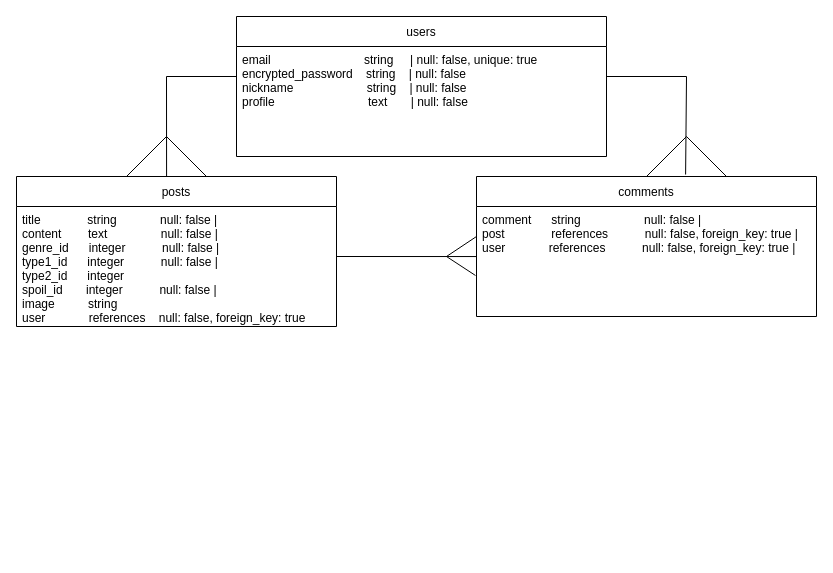
Earlier version of the draw.io diagram tadaneta.dio (keima-d08/tadaneta). Source tidied: cells renumbered, new cells numbered last; positions are measured from the earlier drawing's top-left corner, leaving out a move shared by most shapes. Both pictures are drawn from the tidied source at 100%, with x=0, y=0 at pixel (16, 16).
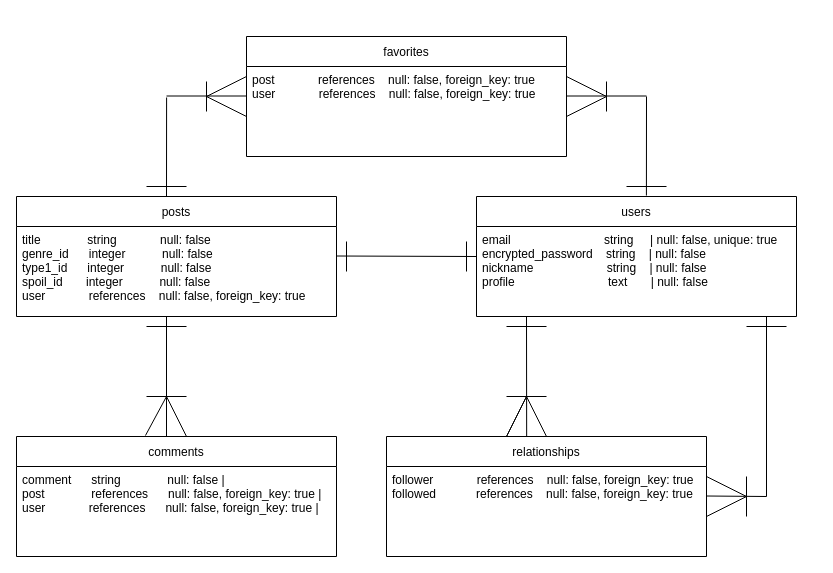
The same page after the edit.

Commit message (it also covers changes not shown here):
リードミー更新

What changed in the source:
```diff
@@
     <mxCell id="2" value="users" style="swimlane;fontStyle=0;horizontal=1;startSize=30;fillColor=none;" parent="1" vertex="1">
-      <mxGeometry x="220" width="370" height="140" as="geometry" />
+      <mxGeometry x="460" y="180" width="320" height="120" as="geometry" />
     </mxCell>
     <mxCell id="3" value="email                            string     | null: false, unique: true &#10;encrypted_password    string    | null: false &#10;nickname                      string    | null: false &#10;profile                            text       | null: false &#10;&#10;&#10;&#10;" style="text;strokeColor=none;fillColor=none;align=left;verticalAlign=top;spacingLeft=4;spacingRight=4;overflow=hidden;" parent="2" vertex="1">
-      <mxGeometry y="30" width="370" height="110" as="geometry" />
+      <mxGeometry y="30" width="320" height="90" as="geometry" />
     </mxCell>
     <mxCell id="4" value="posts" style="swimlane;fontStyle=0;horizontal=1;startSize=30;fillColor=none;" parent="1" vertex="1">
-      <mxGeometry y="160" width="320" height="150" as="geometry" />
+      <mxGeometry y="180" width="320" height="120" as="geometry" />
     </mxCell>
-    <mxCell id="5" value="title              string             null: false                      |&#10;content        text                null: false                      |&#10;genre_id      integer           null: false                      |&#10;type1_id      integer           null: false                      |&#10;type2_id      integer &#10;spoil_id       integer           null: false                      |&#10;image          string &#10;user             references    null: false, foreign_key: true " style="text;strokeColor=none;fillColor=none;align=left;verticalAlign=top;spacingLeft=4;spacingRight=4;overflow=hidden;" parent="4" vertex="1">
-      <mxGeometry y="30" width="320" height="120" as="geometry" />
+    <mxCell id="5" value="title              string             null: false &#10;genre_id      integer           null: false&#10;type1_id      integer           null: false  &#10;spoil_id       integer           null: false  &#10;user             references    null: false, foreign_key: true " style="text;strokeColor=none;fillColor=none;align=left;verticalAlign=top;spacingLeft=4;spacingRight=4;overflow=hidden;" parent="4" vertex="1">
+      <mxGeometry y="30" width="320" height="90" as="geometry" />
     </mxCell>
     <mxCell id="6" value="comments" style="swimlane;fontStyle=0;horizontal=1;startSize=30;fillColor=none;" parent="1" vertex="1">
-      <mxGeometry x="460" y="160" width="340" height="140" as="geometry" />
+      <mxGeometry y="420" width="320" height="120" as="geometry" />
     </mxCell>
-    <mxCell id="7" value="comment      string                   null: false                      |&#10;post              references           null: false, foreign_key: true   |&#10;user             references           null: false, foreign_key: true   |&#10;" style="text;strokeColor=none;fillColor=none;align=left;verticalAlign=top;spacingLeft=4;spacingRight=4;overflow=hidden;points=[[0,0.5],[1,0.5]];portConstraint=eastwest;" parent="6" vertex="1">
-      <mxGeometry y="30" width="340" height="110" as="geometry" />
+    <mxCell id="7" value="comment      string              null: false                      |&#10;post              references      null: false, foreign_key: true   |&#10;user             references      null: false, foreign_key: true   |&#10;" style="text;strokeColor=none;fillColor=none;align=left;verticalAlign=top;spacingLeft=4;spacingRight=4;overflow=hidden;points=[[0,0.5],[1,0.5]];portConstraint=eastwest;" parent="6" vertex="1">
+      <mxGeometry y="30" width="320" height="90" as="geometry" />
     </mxCell>
-    <mxCell id="8" style="endArrow=none;html=1;" parent="1" edge="1">
-      <mxGeometry relative="1" as="geometry">
-        <mxPoint x="150" y="60" as="sourcePoint" />
-        <mxPoint x="220" y="60" as="targetPoint" />
-      </mxGeometry>
-    </mxCell>
-    <mxCell id="9" style="endArrow=none;html=1;exitX=0.615;exitY=-0.014;exitDx=0;exitDy=0;exitPerimeter=0;" parent="1" edge="1" source="6">
-      <mxGeometry relative="1" as="geometry">
-        <mxPoint x="670" y="60" as="targetPoint" />
-      </mxGeometry>
-    </mxCell>
-    <mxCell id="10" style="endArrow=none;html=1;" parent="1" edge="1">
-      <mxGeometry relative="1" as="geometry">
-        <mxPoint x="590" y="60" as="sourcePoint" />
-        <mxPoint x="670" y="60" as="targetPoint" />
-      </mxGeometry>
-    </mxCell>
-    <mxCell id="11" style="endArrow=none;html=1;" parent="1" edge="1">
-      <mxGeometry relative="1" as="geometry">
-        <mxPoint x="190" y="160" as="sourcePoint" />
-        <mxPoint x="150" y="120" as="targetPoint" />
-      </mxGeometry>
-    </mxCell>
-    <mxCell id="12" style="endArrow=none;html=1;" parent="1" edge="1">
-      <mxGeometry relative="1" as="geometry">
-        <mxPoint x="110" y="160" as="sourcePoint" />
-        <mxPoint x="150" y="120" as="targetPoint" />
-      </mxGeometry>
-    </mxCell>
-    <mxCell id="13" style="endArrow=none;html=1;exitX=0.469;exitY=0;exitDx=0;exitDy=0;exitPerimeter=0;" parent="1" edge="1" source="4">
-      <mxGeometry relative="1" as="geometry">
-        <mxPoint x="150" y="60" as="targetPoint" />
-      </mxGeometry>
-    </mxCell>
-    <mxCell id="14" style="endArrow=none;html=1;" parent="1" edge="1">
-      <mxGeometry relative="1" as="geometry">
-        <mxPoint x="630" y="160" as="sourcePoint" />
-        <mxPoint x="670" y="120" as="targetPoint" />
-      </mxGeometry>
-    </mxCell>
-    <mxCell id="15" style="endArrow=none;html=1;" parent="1" edge="1">
-      <mxGeometry relative="1" as="geometry">
-        <mxPoint x="670" y="120" as="sourcePoint" />
-        <mxPoint x="710" y="160" as="targetPoint" />
-      </mxGeometry>
-    </mxCell>
-    <mxCell id="16" style="endArrow=none;html=1;entryX=0;entryY=0.455;entryDx=0;entryDy=0;entryPerimeter=0;" parent="1" edge="1" target="7">
-      <mxGeometry relative="1" as="geometry">
-        <mxPoint x="320" y="240" as="sourcePoint" />
-      </mxGeometry>
-    </mxCell>
-    <mxCell id="17" style="endArrow=none;html=1;" parent="1" edge="1">
-      <mxGeometry relative="1" as="geometry">
-        <mxPoint x="430" y="240" as="sourcePoint" />
-        <mxPoint x="460" y="220" as="targetPoint" />
-      </mxGeometry>
-    </mxCell>
-    <mxCell id="18" style="endArrow=none;html=1;entryX=-0.003;entryY=0.627;entryDx=0;entryDy=0;entryPerimeter=0;" parent="1" edge="1" target="7">
-      <mxGeometry relative="1" as="geometry">
-        <mxPoint x="430" y="240" as="sourcePoint" />
-      </mxGeometry>
-    </mxCell>
+    <mxCell id="19" value="favorites" style="swimlane;fontStyle=0;horizontal=1;startSize=30;fillColor=none;" parent="1" vertex="1">
+      <mxGeometry x="230" y="20" width="320" height="120" as="geometry" />
+    </mxCell>
+    <mxCell id="20" value="post             references    null: false, foreign_key: true &#10;user             references    null: false, foreign_key: true " style="text;strokeColor=none;fillColor=none;align=left;verticalAlign=top;spacingLeft=4;spacingRight=4;overflow=hidden;points=[[0,0.5],[1,0.5]];portConstraint=eastwest;" parent="19" vertex="1">
+      <mxGeometry y="30" width="320" height="90" as="geometry" />
+    </mxCell>
+    <mxCell id="21" value="relationships" style="swimlane;fontStyle=0;horizontal=1;startSize=30;fillColor=none;" parent="1" vertex="1">
+      <mxGeometry x="370" y="420" width="320" height="120" as="geometry" />
+    </mxCell>
+    <mxCell id="22" value="follower             references    null: false, foreign_key: true &#10;followed            references    null: false, foreign_key: true " style="text;strokeColor=none;fillColor=none;align=left;verticalAlign=top;spacingLeft=4;spacingRight=4;overflow=hidden;" parent="21" vertex="1">
+      <mxGeometry y="30" width="320" height="90" as="geometry" />
+    </mxCell>
+    <mxCell id="23" style="endArrow=none;html=1;" parent="1" edge="1">
+      <mxGeometry relative="1" as="geometry">
+        <mxPoint x="550" y="79.5" as="sourcePoint" />
+        <mxPoint x="630" y="79.5" as="targetPoint" />
+      </mxGeometry>
+    </mxCell>
+    <mxCell id="24" style="endArrow=none;html=1;" parent="1" edge="1">
+      <mxGeometry relative="1" as="geometry">
+        <mxPoint x="150" y="300" as="sourcePoint" />
+        <mxPoint x="150" y="420" as="targetPoint" />
+      </mxGeometry>
+    </mxCell>
+    <mxCell id="25" style="endArrow=none;html=1;" parent="1" edge="1">
+      <mxGeometry relative="1" as="geometry">
+        <mxPoint x="320" y="239.5" as="sourcePoint" />
+        <mxPoint x="460" y="240" as="targetPoint" />
+      </mxGeometry>
+    </mxCell>
+    <mxCell id="26" style="endArrow=none;html=1;" parent="1" edge="1">
+      <mxGeometry relative="1" as="geometry">
+        <mxPoint x="690" y="479.5" as="sourcePoint" />
+        <mxPoint x="750" y="480" as="targetPoint" />
+      </mxGeometry>
+    </mxCell>
+    <mxCell id="27" style="endArrow=none;html=1;exitX=0.531;exitY=-0.008;exitDx=0;exitDy=0;exitPerimeter=0;" parent="1" edge="1" source="2">
+      <mxGeometry relative="1" as="geometry">
+        <mxPoint x="630" y="80" as="targetPoint" />
+      </mxGeometry>
+    </mxCell>
+    <mxCell id="28" style="endArrow=none;html=1;" parent="1" edge="1">
+      <mxGeometry relative="1" as="geometry">
+        <mxPoint x="150" y="79.5" as="sourcePoint" />
+        <mxPoint x="230" y="79.5" as="targetPoint" />
+      </mxGeometry>
+    </mxCell>
+    <mxCell id="29" style="endArrow=none;html=1;exitX=0.531;exitY=-0.008;exitDx=0;exitDy=0;exitPerimeter=0;" parent="1" edge="1">
+      <mxGeometry relative="1" as="geometry">
+        <mxPoint x="150" y="180" as="sourcePoint" />
+        <mxPoint x="150.1" y="81" as="targetPoint" />
+      </mxGeometry>
+    </mxCell>
+    <mxCell id="30" style="endArrow=none;html=1;entryX=0.438;entryY=0;entryDx=0;entryDy=0;entryPerimeter=0;" parent="1" edge="1" target="21">
+      <mxGeometry relative="1" as="geometry">
+        <mxPoint x="510" y="300" as="sourcePoint" />
+      </mxGeometry>
+    </mxCell>
+    <mxCell id="31" style="endArrow=none;html=1;" parent="1" edge="1">
+      <mxGeometry relative="1" as="geometry">
+        <mxPoint x="750" y="480" as="sourcePoint" />
+        <mxPoint x="750" y="300" as="targetPoint" />
+      </mxGeometry>
+    </mxCell>
+    <mxCell id="32" style="endArrow=none;html=1;" parent="1" edge="1">
+      <mxGeometry relative="1" as="geometry">
+        <mxPoint x="730" y="500" as="sourcePoint" />
+        <mxPoint x="730" y="460" as="targetPoint" />
+      </mxGeometry>
+    </mxCell>
+    <mxCell id="33" style="endArrow=none;html=1;" parent="1" edge="1">
+      <mxGeometry relative="1" as="geometry">
+        <mxPoint x="490" y="420" as="sourcePoint" />
+        <mxPoint x="510" y="380" as="targetPoint" />
+      </mxGeometry>
+    </mxCell>
+    <mxCell id="34" style="endArrow=none;html=1;entryX=0;entryY=0.111;entryDx=0;entryDy=0;entryPerimeter=0;" parent="1" edge="1" target="20">
+      <mxGeometry relative="1" as="geometry">
+        <mxPoint x="190" y="80" as="sourcePoint" />
+      </mxGeometry>
+    </mxCell>
+    <mxCell id="35" style="endArrow=none;html=1;entryX=0;entryY=0.111;entryDx=0;entryDy=0;entryPerimeter=0;" parent="1" edge="1">
+      <mxGeometry relative="1" as="geometry">
+        <mxPoint x="190" y="80" as="sourcePoint" />
+        <mxPoint x="230" y="100" as="targetPoint" />
+      </mxGeometry>
+    </mxCell>
+    <mxCell id="36" style="endArrow=none;html=1;" parent="1" edge="1">
+      <mxGeometry relative="1" as="geometry">
+        <mxPoint x="550" y="60" as="sourcePoint" />
+        <mxPoint x="590" y="80" as="targetPoint" />
+      </mxGeometry>
+    </mxCell>
+    <mxCell id="37" style="endArrow=none;html=1;entryX=0;entryY=0.111;entryDx=0;entryDy=0;entryPerimeter=0;" parent="1" edge="1">
+      <mxGeometry relative="1" as="geometry">
+        <mxPoint x="190" y="95" as="sourcePoint" />
+        <mxPoint x="190" y="65" as="targetPoint" />
+      </mxGeometry>
+    </mxCell>
+    <mxCell id="38" style="endArrow=none;html=1;entryX=0;entryY=0.111;entryDx=0;entryDy=0;entryPerimeter=0;" parent="1" edge="1">
+      <mxGeometry relative="1" as="geometry">
+        <mxPoint x="590" y="95" as="sourcePoint" />
+        <mxPoint x="590" y="65" as="targetPoint" />
+      </mxGeometry>
+    </mxCell>
+    <mxCell id="39" style="endArrow=none;html=1;" parent="1" edge="1">
+      <mxGeometry relative="1" as="geometry">
+        <mxPoint x="550" y="100" as="sourcePoint" />
+        <mxPoint x="590" y="80" as="targetPoint" />
+      </mxGeometry>
+    </mxCell>
+    <mxCell id="40" style="endArrow=none;html=1;" parent="1" edge="1">
+      <mxGeometry relative="1" as="geometry">
+        <mxPoint x="490" y="380" as="sourcePoint" />
+        <mxPoint x="530" y="380" as="targetPoint" />
+      </mxGeometry>
+    </mxCell>
+    <mxCell id="41" style="endArrow=none;html=1;" parent="1" edge="1">
+      <mxGeometry relative="1" as="geometry">
+        <mxPoint x="490" y="310" as="sourcePoint" />
+        <mxPoint x="530" y="310" as="targetPoint" />
+      </mxGeometry>
+    </mxCell>
+    <mxCell id="42" style="endArrow=none;html=1;" parent="1" edge="1">
+      <mxGeometry relative="1" as="geometry">
+        <mxPoint x="730" y="310" as="sourcePoint" />
+        <mxPoint x="770" y="310" as="targetPoint" />
+      </mxGeometry>
+    </mxCell>
+    <mxCell id="43" style="endArrow=none;html=1;" parent="1" edge="1">
+      <mxGeometry relative="1" as="geometry">
+        <mxPoint x="150" y="380" as="sourcePoint" />
+        <mxPoint x="170" y="420" as="targetPoint" />
+      </mxGeometry>
+    </mxCell>
+    <mxCell id="44" style="endArrow=none;html=1;entryX=0;entryY=0.111;entryDx=0;entryDy=0;entryPerimeter=0;" parent="1" edge="1">
+      <mxGeometry relative="1" as="geometry">
+        <mxPoint x="450" y="255" as="sourcePoint" />
+        <mxPoint x="450" y="225" as="targetPoint" />
+      </mxGeometry>
+    </mxCell>
+    <mxCell id="45" style="endArrow=none;html=1;entryX=0;entryY=0.111;entryDx=0;entryDy=0;entryPerimeter=0;" parent="1" edge="1">
+      <mxGeometry relative="1" as="geometry">
+        <mxPoint x="330" y="255" as="sourcePoint" />
+        <mxPoint x="330" y="225" as="targetPoint" />
+      </mxGeometry>
+    </mxCell>
+    <mxCell id="46" style="endArrow=none;html=1;" parent="1" edge="1">
+      <mxGeometry relative="1" as="geometry">
+        <mxPoint x="130" y="380" as="sourcePoint" />
+        <mxPoint x="170" y="380" as="targetPoint" />
+      </mxGeometry>
+    </mxCell>
+    <mxCell id="47" style="endArrow=none;html=1;exitX=0.403;exitY=-0.008;exitDx=0;exitDy=0;exitPerimeter=0;" parent="1" edge="1" source="6">
+      <mxGeometry relative="1" as="geometry">
+        <mxPoint x="150" y="380" as="targetPoint" />
+      </mxGeometry>
+    </mxCell>
+    <mxCell id="48" style="endArrow=none;html=1;" parent="1" edge="1">
+      <mxGeometry relative="1" as="geometry">
+        <mxPoint x="130" y="170" as="sourcePoint" />
+        <mxPoint x="170" y="170" as="targetPoint" />
+      </mxGeometry>
+    </mxCell>
+    <mxCell id="49" style="endArrow=none;html=1;" parent="1" edge="1">
+      <mxGeometry relative="1" as="geometry">
+        <mxPoint x="130" y="310" as="sourcePoint" />
+        <mxPoint x="170" y="310" as="targetPoint" />
+      </mxGeometry>
+    </mxCell>
+    <mxCell id="50" style="endArrow=none;html=1;" parent="1" edge="1">
+      <mxGeometry relative="1" as="geometry">
+        <mxPoint x="610" y="170" as="sourcePoint" />
+        <mxPoint x="650" y="170" as="targetPoint" />
+      </mxGeometry>
+    </mxCell>
+    <mxCell id="51" style="endArrow=none;html=1;" parent="1" edge="1">
+      <mxGeometry relative="1" as="geometry">
+        <mxPoint x="490" y="420" as="sourcePoint" />
+        <mxPoint x="510" y="380" as="targetPoint" />
+      </mxGeometry>
+    </mxCell>
+    <mxCell id="52" style="endArrow=none;html=1;entryX=0.5;entryY=0;entryDx=0;entryDy=0;" parent="1" edge="1" target="21">
+      <mxGeometry relative="1" as="geometry">
+        <mxPoint x="510" y="380" as="sourcePoint" />
+      </mxGeometry>
+    </mxCell>
+    <mxCell id="53" style="endArrow=none;html=1;" parent="1" edge="1">
+      <mxGeometry relative="1" as="geometry">
+        <mxPoint x="690" y="460" as="sourcePoint" />
+        <mxPoint x="730" y="480" as="targetPoint" />
+      </mxGeometry>
+    </mxCell>
+    <mxCell id="54" style="endArrow=none;html=1;" parent="1" edge="1">
+      <mxGeometry relative="1" as="geometry">
+        <mxPoint x="690" y="500" as="sourcePoint" />
+        <mxPoint x="730" y="480" as="targetPoint" />
+      </mxGeometry>
+    </mxCell>
```
